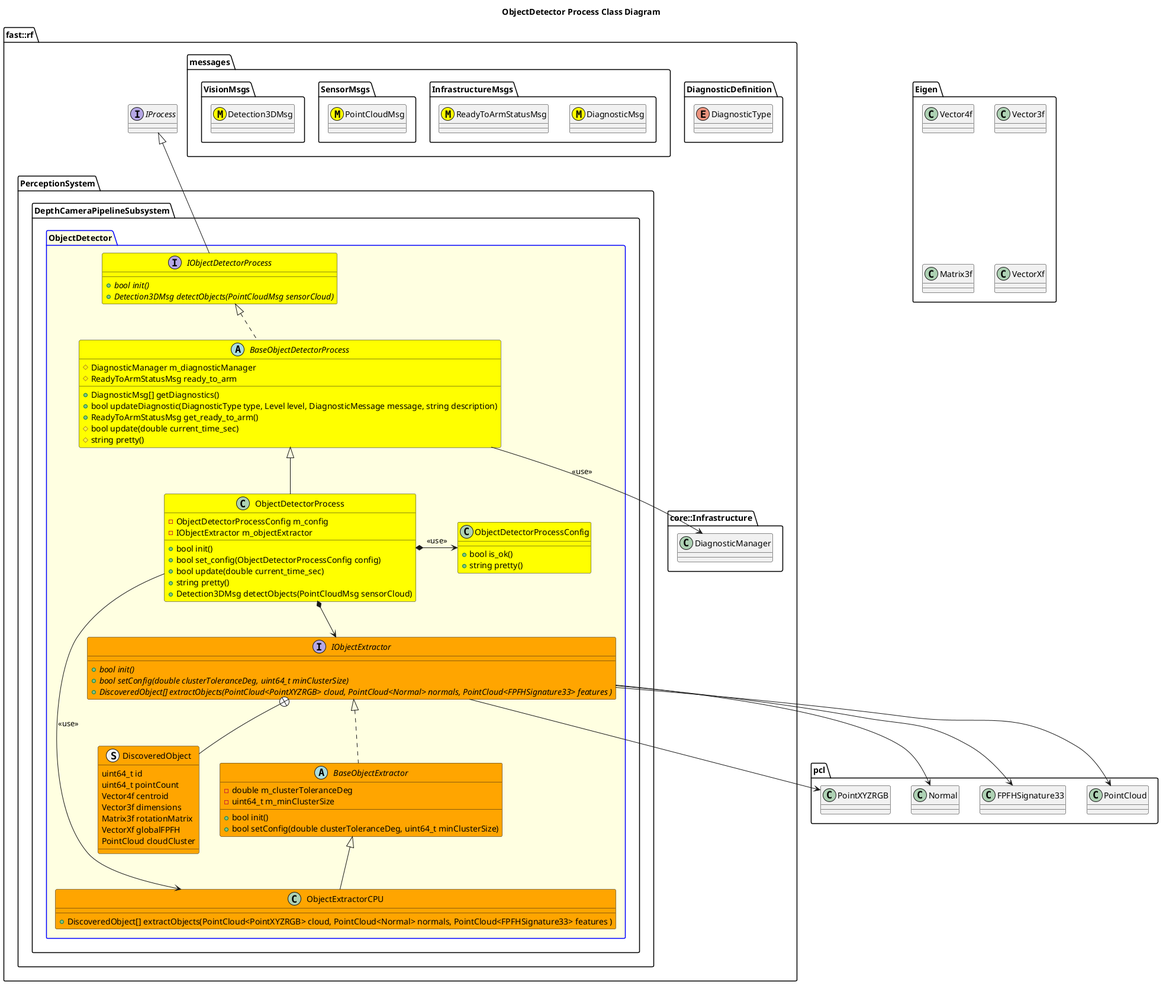
The PlantUML diagram Systems/Perception/Subsystems/DepthCameraPipeline/Processes/ObjectDetector/doc/puml/ObjectDetectorProcessClassDiagram.png in fastrobotics/robot_framework, before a commit.
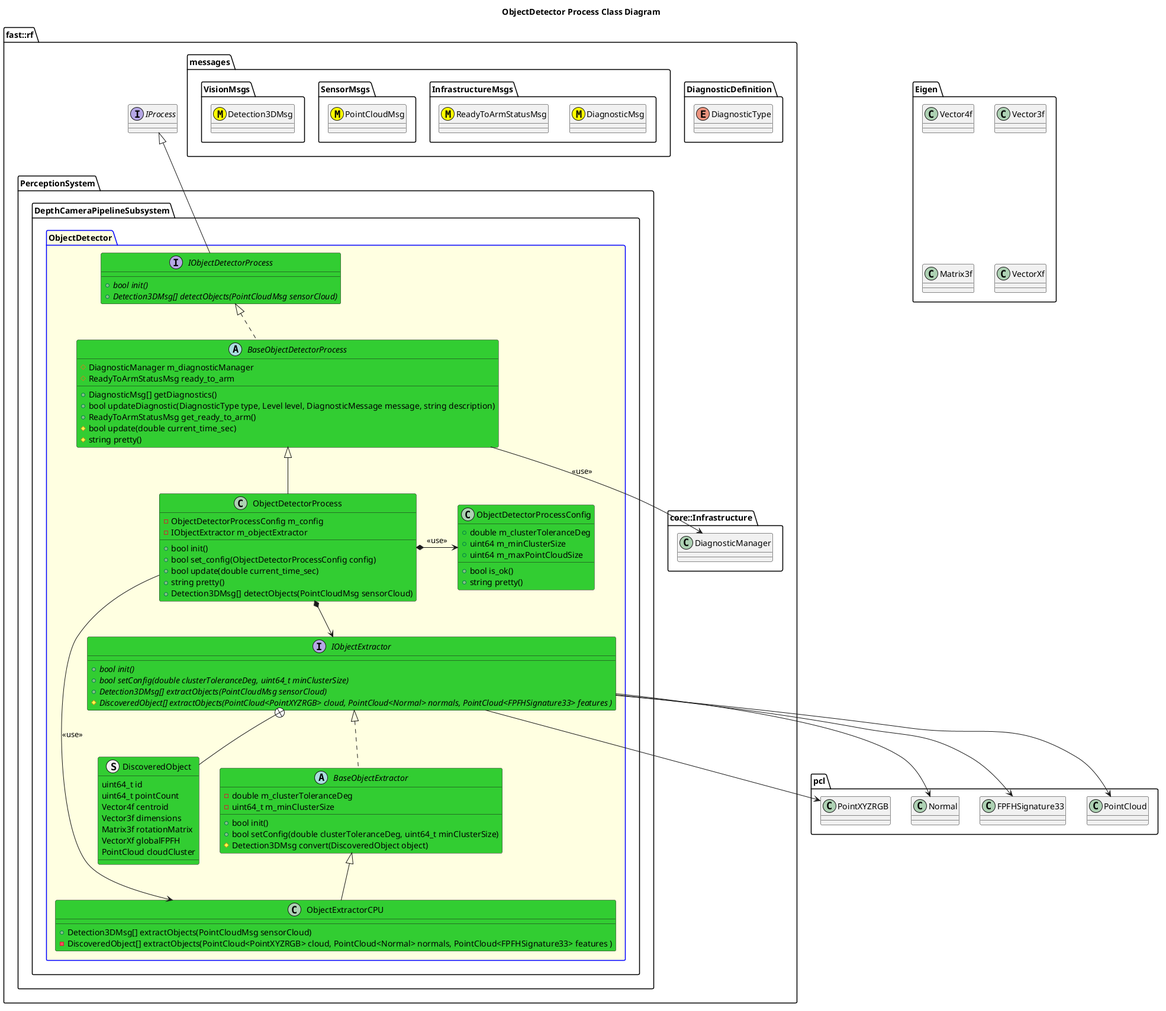
The same file after the commit.

Diff of the diagram source:
```diff
@@ -36,7 +36,7 @@
     namespace PerceptionSystem {
         namespace DepthCameraPipelineSubsystem {
             package ObjectDetector #LightYellow;line:blue {
-                struct DiscoveredObject #Orange {
+                struct DiscoveredObject #LimeGreen {
                     uint64_t id
                     uint64_t pointCount
                     Vector4f centroid
@@ -45,35 +45,38 @@
                     VectorXf globalFPFH
                     PointCloud cloudCluster
                 }
-                interface IObjectExtractor #Orange {
+                interface IObjectExtractor #LimeGreen {
                     +{abstract} bool init()
                     +{abstract} bool setConfig(double clusterToleranceDeg, uint64_t minClusterSize)
-                    +{abstract} DiscoveredObject[] extractObjects(PointCloud<PointXYZRGB> cloud, PointCloud<Normal> normals, PointCloud<FPFHSignature33> features )
+                    +{abstract} Detection3DMsg[] extractObjects(PointCloudMsg sensorCloud)
+                    #{abstract} DiscoveredObject[] extractObjects(PointCloud<PointXYZRGB> cloud, PointCloud<Normal> normals, PointCloud<FPFHSignature33> features )
                 }
                 IObjectExtractor +-- DiscoveredObject
                 IObjectExtractor --> PointXYZRGB
                 IObjectExtractor --> PointCloud
                 IObjectExtractor --> Normal
                 IObjectExtractor --> FPFHSignature33
-                abstract BaseObjectExtractor #Orange {
+                abstract BaseObjectExtractor #LimeGreen {
                     +bool init()
                     +bool setConfig(double clusterToleranceDeg, uint64_t minClusterSize)
+                    #Detection3DMsg convert(DiscoveredObject object)
                     -double m_clusterToleranceDeg
                     -uint64_t m_minClusterSize
                 }
                 BaseObjectExtractor .up.|> IObjectExtractor
-                class ObjectExtractorCPU #Orange {
-                    +DiscoveredObject[] extractObjects(PointCloud<PointXYZRGB> cloud, PointCloud<Normal> normals, PointCloud<FPFHSignature33> features )
+                class ObjectExtractorCPU #LimeGreen {
+                    +Detection3DMsg[] extractObjects(PointCloudMsg sensorCloud)
+                    -DiscoveredObject[] extractObjects(PointCloud<PointXYZRGB> cloud, PointCloud<Normal> normals, PointCloud<FPFHSignature33> features )
 
                 }
                 ObjectExtractorCPU -up-|> BaseObjectExtractor
 
-                interface IObjectDetectorProcess #Yellow  {
+                interface IObjectDetectorProcess #LimeGreen  {
                     +{abstract} bool init()
-                    +{abstract} Detection3DMsg detectObjects(PointCloudMsg sensorCloud)
+                    +{abstract} Detection3DMsg[] detectObjects(PointCloudMsg sensorCloud)
                 }
                 IObjectDetectorProcess -up-|> IProcess
-                abstract BaseObjectDetectorProcess #Yellow {
+                abstract BaseObjectDetectorProcess #LimeGreen {
                     +DiagnosticMsg[] getDiagnostics()
                     +bool updateDiagnostic(DiagnosticType type, Level level, DiagnosticMessage message, string description)
                     +ReadyToArmStatusMsg get_ready_to_arm()
@@ -85,16 +88,19 @@
                 }
                 BaseObjectDetectorProcess .up.|> IObjectDetectorProcess
                 BaseObjectDetectorProcess --> DiagnosticManager: <<use>>
-                class ObjectDetectorProcessConfig #Yellow {
+                class ObjectDetectorProcessConfig #LimeGreen {
+                    +double m_clusterToleranceDeg
+                    +uint64 m_minClusterSize
+                    +uint64 m_maxPointCloudSize
                     +bool is_ok()
                     +string pretty()
                 }
-                class ObjectDetectorProcess #Yellow {
+                class ObjectDetectorProcess #LimeGreen {
                     +bool init()
                     +bool set_config(ObjectDetectorProcessConfig config)
                     +bool update(double current_time_sec)
                     +string pretty()
-                    +Detection3DMsg detectObjects(PointCloudMsg sensorCloud)
+                    +Detection3DMsg[] detectObjects(PointCloudMsg sensorCloud)
                     -ObjectDetectorProcessConfig m_config
                     -IObjectExtractor m_objectExtractor
                 }
```
